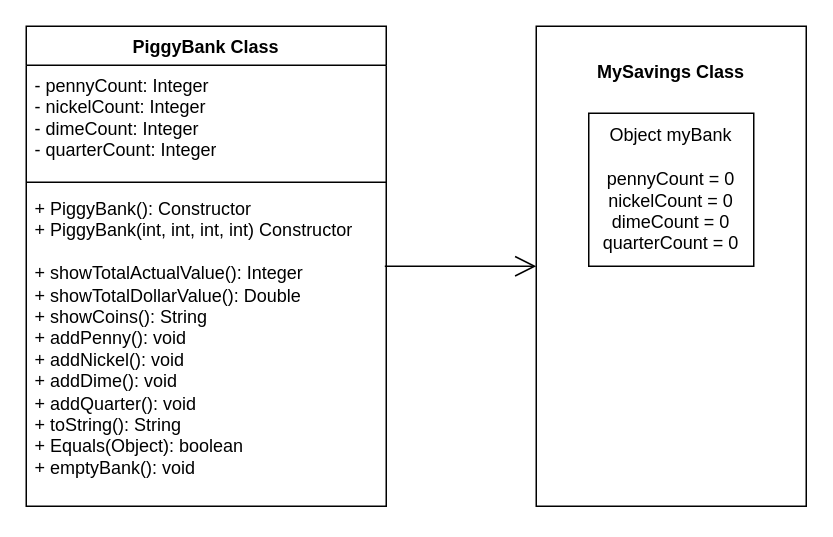
Above: chapter7/src/UML/PiggyBank UML.drawio in schAssign/CS20P2F2024 (draw.io), before the change. Source tidied: cells renumbered, new cells numbered last; positions are measured from the earlier drawing's top-left corner, leaving out a move shared by most shapes. Both pictures are drawn from the tidied source at 150%, with x=0, y=0 at pixel (26, 26).
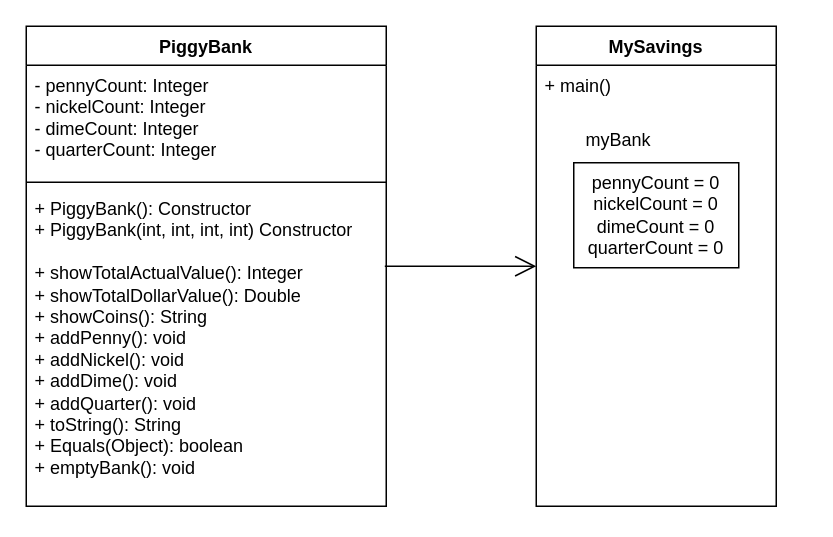
The same diagram, later.

The edit, as a diff of the source:
```diff
@@
 <mxGraphModel>
   <root>
     <mxCell id="0" />
     <mxCell id="1" parent="0" />
-    <mxCell id="2" value="PiggyBank Class" style="swimlane;fontStyle=1;align=center;verticalAlign=top;horizontal=1;startSize=26;whiteSpace=wrap;html=1;" parent="1" vertex="1">
+    <mxCell id="2" value="PiggyBank" style="swimlane;fontStyle=1;align=center;verticalAlign=top;horizontal=1;startSize=26;whiteSpace=wrap;html=1;" parent="1" vertex="1">
       <mxGeometry width="240" height="320" as="geometry" />
     </mxCell>
     <mxCell id="3" value="&lt;div&gt;- pennyCount: Integer&lt;/div&gt;&lt;div&gt;- nickelCount: Integer&lt;/div&gt;&lt;div&gt;- dimeCount: Integer&lt;/div&gt;&lt;div&gt;- quarterCount: Integer&lt;/div&gt;" style="text;strokeColor=none;fillColor=none;align=left;verticalAlign=top;spacingLeft=4;spacingRight=4;overflow=hidden;whiteSpace=wrap;html=1;" parent="2" vertex="1">
       <mxGeometry y="26" width="240" height="74" as="geometry" />
     </mxCell>
     <mxCell id="4" style="line;strokeWidth=1;fillColor=none;align=left;verticalAlign=middle;spacingTop=-1;spacingLeft=3;spacingRight=3;labelPosition=right;strokeColor=inherit;" parent="2" vertex="1">
       <mxGeometry y="100" width="240" height="8" as="geometry" />
     </mxCell>
     <mxCell id="5" value="&lt;div&gt;+ PiggyBank(): Constructor&lt;/div&gt;&lt;div&gt;+ PiggyBank(int, int, int, int) Constructor&lt;br&gt;&lt;/div&gt;&lt;div&gt;&lt;br&gt;&lt;/div&gt;&lt;div&gt;+ showTotalActualValue(): Integer&lt;/div&gt;&lt;div&gt;+ showTotalDollarValue(): Double&lt;br&gt;&lt;/div&gt;&lt;div&gt;+ showCoins(): String&lt;/div&gt;&lt;div&gt;+ addPenny(): void&lt;br&gt;&lt;/div&gt;&lt;div&gt;+ addNickel(): void&lt;br&gt;&lt;/div&gt;&lt;div&gt;+ addDime(): void&lt;br&gt;&lt;/div&gt;&lt;div&gt;+ addQuarter(): void&lt;/div&gt;&lt;div&gt;+ toString(): String&lt;/div&gt;&lt;div&gt;+ Equals(Object): boolean&lt;/div&gt;&lt;div&gt;+ emptyBank(): void&lt;br&gt;&lt;/div&gt;" style="text;strokeColor=none;fillColor=none;align=left;verticalAlign=top;spacingLeft=4;spacingRight=4;overflow=hidden;points=[[0,0.5],[1,0.5]];portConstraint=eastwest;whiteSpace=wrap;html=1;" parent="2" vertex="1">
       <mxGeometry y="108" width="240" height="212" as="geometry" />
     </mxCell>
-    <mxCell id="6" style="endArrow=open;endFill=1;endSize=12;html=1;rounded=0;exitX=0.996;exitY=0.245;exitDx=0;exitDy=0;exitPerimeter=0;entryX=0;entryY=0.5;entryDx=0;entryDy=0;" parent="1" edge="1" source="5" target="7">
-      <mxGeometry relative="1" as="geometry" />
+    <mxCell id="6" style="endArrow=open;endFill=1;endSize=12;html=1;rounded=0;exitX=0.996;exitY=0.245;exitDx=0;exitDy=0;exitPerimeter=0;entryX=0;entryY=0.5;entryDx=0;entryDy=0;" parent="1" edge="1" source="5">
+      <mxGeometry relative="1" as="geometry">
+        <mxPoint x="340" y="160" as="targetPoint" />
+      </mxGeometry>
     </mxCell>
-    <mxCell id="7" value="&lt;div&gt;&lt;b&gt;MySavings Class&lt;/b&gt;&lt;/div&gt;&lt;div&gt;&lt;b&gt;&lt;br&gt;&lt;/b&gt;&lt;/div&gt;&lt;div&gt;&lt;b&gt;&lt;br&gt;&lt;/b&gt;&lt;/div&gt;&lt;div&gt;&lt;b&gt;&lt;br&gt;&lt;/b&gt;&lt;/div&gt;&lt;div&gt;&lt;b&gt;&lt;br&gt;&lt;/b&gt;&lt;/div&gt;&lt;div&gt;&lt;b&gt;&lt;br&gt;&lt;/b&gt;&lt;/div&gt;&lt;div&gt;&lt;b&gt;&lt;br&gt;&lt;/b&gt;&lt;/div&gt;&lt;div&gt;&lt;b&gt;&lt;br&gt;&lt;/b&gt;&lt;/div&gt;&lt;div&gt;&lt;b&gt;&lt;br&gt;&lt;/b&gt;&lt;/div&gt;&lt;div&gt;&lt;b&gt;&lt;br&gt;&lt;/b&gt;&lt;/div&gt;&lt;div&gt;&lt;b&gt;&lt;br&gt;&lt;/b&gt;&lt;/div&gt;&lt;div&gt;&lt;b&gt;&lt;br&gt;&lt;/b&gt;&lt;/div&gt;&lt;div&gt;&lt;b&gt;&lt;br&gt;&lt;/b&gt;&lt;/div&gt;&lt;div&gt;&lt;b&gt;&lt;br&gt;&lt;/b&gt;&lt;/div&gt;&lt;div&gt;&lt;b&gt;&lt;br&gt;&lt;/b&gt;&lt;/div&gt;&lt;div&gt;&lt;b&gt;&lt;br&gt;&lt;/b&gt;&lt;/div&gt;&lt;div&gt;&lt;b&gt;&lt;br&gt;&lt;/b&gt;&lt;/div&gt;&lt;div&gt;&lt;b&gt;&lt;br&gt;&lt;/b&gt;&lt;/div&gt;&lt;div&gt;&lt;b&gt;&lt;br&gt;&lt;/b&gt;&lt;/div&gt;" style="html=1;whiteSpace=wrap;" parent="1" vertex="1">
-      <mxGeometry x="340" width="180" height="320" as="geometry" />
-    </mxCell>
-    <mxCell id="8" value="&lt;div&gt;Object myBank&lt;br&gt;&lt;/div&gt;&lt;div&gt;&lt;br&gt;&lt;/div&gt;&lt;div&gt;pennyCount = 0&lt;/div&gt;&lt;div&gt;nickelCount = 0&lt;/div&gt;&lt;div&gt;dimeCount = 0&lt;/div&gt;&lt;div&gt;quarterCount = 0&lt;br&gt;&lt;/div&gt;" style="html=1;whiteSpace=wrap;" parent="1" vertex="1">
-      <mxGeometry x="375" y="58" width="110" height="102" as="geometry" />
+    <mxCell id="8" value="&lt;div&gt;pennyCount = 0&lt;/div&gt;&lt;div&gt;nickelCount = 0&lt;/div&gt;&lt;div&gt;dimeCount = 0&lt;/div&gt;&lt;div&gt;quarterCount = 0&lt;br&gt;&lt;/div&gt;" style="html=1;whiteSpace=wrap;" parent="1" vertex="1">
+      <mxGeometry x="365" y="91" width="110" height="70" as="geometry" />
     </mxCell>
+    <mxCell id="9" value="MySavings" style="swimlane;fontStyle=1;align=center;verticalAlign=top;horizontal=1;startSize=26;whiteSpace=wrap;html=1;" parent="1" vertex="1">
+      <mxGeometry x="340" width="160" height="320" as="geometry" />
+    </mxCell>
+    <mxCell id="10" value="+ main()" style="text;strokeColor=none;fillColor=none;align=left;verticalAlign=top;spacingLeft=4;spacingRight=4;overflow=hidden;whiteSpace=wrap;html=1;" parent="9" vertex="1">
+      <mxGeometry y="26" width="160" height="294" as="geometry" />
+    </mxCell>
+    <mxCell id="11" value="myBank" style="text;html=1;align=center;verticalAlign=middle;whiteSpace=wrap;rounded=0;" parent="1" vertex="1">
+      <mxGeometry x="365" y="61" width="60" height="30" as="geometry" />
+    </mxCell>
   </root>
 </mxGraphModel>
```
